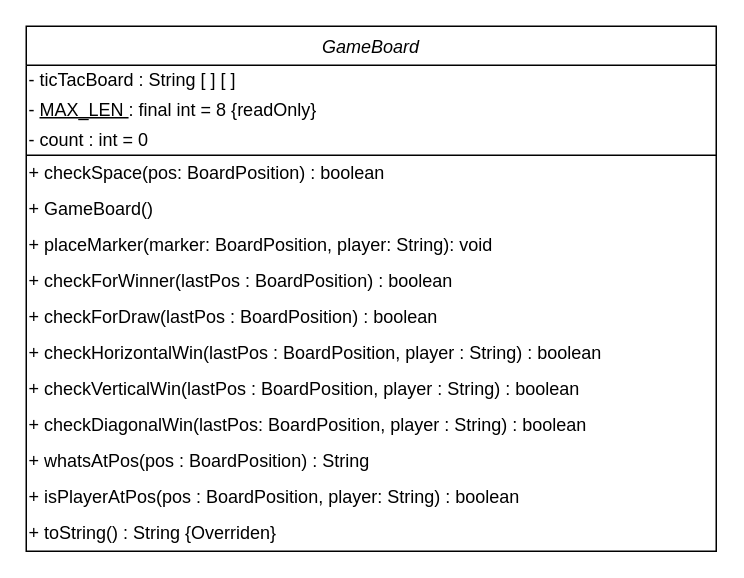
The draw.io diagram Project1/GameBoard UML Class Diagram.drawio in ozzhaas/CPSC2150, before the edit. Source tidied: cells renumbered, new cells numbered last; positions are measured from the earlier drawing's top-left corner, leaving out a move shared by most shapes. Both pictures are drawn from the tidied source at 150%, with x=0, y=0 at pixel (26, 26).
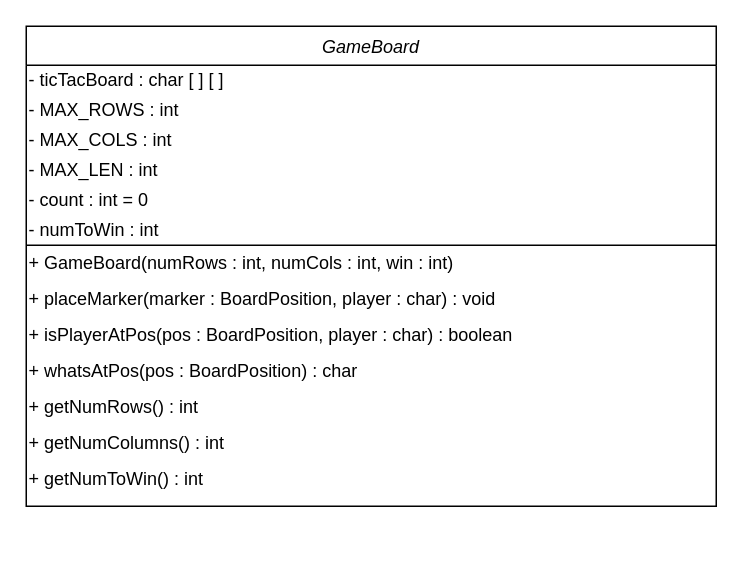
The same page after the edit.

The edit, as a diff of the source:
```diff
@@
 <mxGraphModel>
   <root>
     <mxCell id="0" />
     <mxCell id="1" parent="0" />
     <mxCell id="2" value="GameBoard" style="swimlane;fontStyle=2;align=center;verticalAlign=top;horizontal=1;startSize=26;rounded=0;shadow=0;strokeWidth=1;" parent="1" vertex="1">
-      <mxGeometry width="460" height="350" as="geometry" />
+      <mxGeometry width="460" height="320" as="geometry" />
     </mxCell>
-    <mxCell id="3" value="&lt;span&gt;- ticTacBoard : String [ ] [ ]&amp;nbsp;&lt;/span&gt;" style="text;html=1;strokeColor=none;fillColor=none;align=left;verticalAlign=middle;whiteSpace=wrap;rounded=0;" parent="2" vertex="1">
+    <mxCell id="3" value="&lt;span&gt;- ticTacBoard : char [ ] [ ]&amp;nbsp;&lt;/span&gt;" style="text;html=1;strokeColor=none;fillColor=none;align=left;verticalAlign=middle;whiteSpace=wrap;rounded=0;" parent="2" vertex="1">
       <mxGeometry y="26" width="460" height="20" as="geometry" />
     </mxCell>
+    <mxCell id="18" value="&lt;span&gt;- MAX_ROWS : int&lt;/span&gt;" style="text;html=1;strokeColor=none;fillColor=none;align=left;verticalAlign=middle;whiteSpace=wrap;rounded=0;" parent="2" vertex="1">
+      <mxGeometry y="46" width="460" height="20" as="geometry" />
+    </mxCell>
-    <mxCell id="4" value="- &lt;u&gt;MAX_LEN&amp;nbsp;&lt;/u&gt;: final int = 8 {readOnly}" style="text;html=1;strokeColor=none;fillColor=none;align=left;verticalAlign=middle;whiteSpace=wrap;rounded=0;" parent="2" vertex="1">
-      <mxGeometry y="46" width="460" height="20" as="geometry" />
+    <mxCell id="4" value="- MAX_COLS : int" style="text;html=1;strokeColor=none;fillColor=none;align=left;verticalAlign=middle;whiteSpace=wrap;rounded=0;" parent="2" vertex="1">
+      <mxGeometry y="66" width="460" height="20" as="geometry" />
     </mxCell>
+    <mxCell id="19" value="- MAX_LEN&amp;nbsp;: int" style="text;html=1;strokeColor=none;fillColor=none;align=left;verticalAlign=middle;whiteSpace=wrap;rounded=0;" parent="2" vertex="1">
+      <mxGeometry y="86" width="460" height="20" as="geometry" />
+    </mxCell>
     <mxCell id="5" value="- count : int = 0" style="text;html=1;strokeColor=none;fillColor=none;align=left;verticalAlign=middle;whiteSpace=wrap;rounded=0;" parent="2" vertex="1">
-      <mxGeometry y="66" width="460" height="20" as="geometry" />
+      <mxGeometry y="106" width="460" height="20" as="geometry" />
     </mxCell>
-    <mxCell id="6" value="+ checkSpace(pos: BoardPosition) : boolean" style="text;html=1;strokeColor=none;fillColor=none;align=left;verticalAlign=middle;whiteSpace=wrap;rounded=0;" parent="2" vertex="1">
-      <mxGeometry y="86" width="460" height="24" as="geometry" />
-    </mxCell>
+    <mxCell id="20" value="- numToWin : int" style="text;html=1;strokeColor=none;fillColor=none;align=left;verticalAlign=middle;whiteSpace=wrap;rounded=0;" parent="2" vertex="1">
+      <mxGeometry y="126" width="460" height="20" as="geometry" />
+    </mxCell>
-    <mxCell id="7" value="+ GameBoard()" style="text;html=1;strokeColor=none;fillColor=none;align=left;verticalAlign=middle;whiteSpace=wrap;rounded=0;" parent="2" vertex="1">
-      <mxGeometry y="110" width="460" height="24" as="geometry" />
+    <mxCell id="7" value="+ GameBoard(numRows : int, numCols : int, win : int)" style="text;html=1;strokeColor=none;fillColor=none;align=left;verticalAlign=middle;whiteSpace=wrap;rounded=0;" parent="2" vertex="1">
+      <mxGeometry y="146" width="460" height="24" as="geometry" />
     </mxCell>
-    <mxCell id="8" value="+ placeMarker(marker: BoardPosition, player: String): void" style="text;html=1;strokeColor=none;fillColor=none;align=left;verticalAlign=middle;whiteSpace=wrap;rounded=0;" parent="2" vertex="1">
-      <mxGeometry y="134" width="460" height="24" as="geometry" />
+    <mxCell id="8" value="+ placeMarker(marker : BoardPosition, player : char) : void" style="text;html=1;strokeColor=none;fillColor=none;align=left;verticalAlign=middle;whiteSpace=wrap;rounded=0;" parent="2" vertex="1">
+      <mxGeometry y="170" width="460" height="24" as="geometry" />
     </mxCell>
-    <mxCell id="9" value="+ checkForWinner(lastPos : BoardPosition) : boolean" style="text;html=1;strokeColor=none;fillColor=none;align=left;verticalAlign=middle;whiteSpace=wrap;rounded=0;" parent="2" vertex="1">
-      <mxGeometry y="158" width="460" height="24" as="geometry" />
-    </mxCell>
-    <mxCell id="10" value="+ checkForDraw(lastPos : BoardPosition) : boolean" style="text;html=1;strokeColor=none;fillColor=none;align=left;verticalAlign=middle;whiteSpace=wrap;rounded=0;" parent="2" vertex="1">
-      <mxGeometry y="182" width="460" height="24" as="geometry" />
-    </mxCell>
-    <mxCell id="11" value="+ checkHorizontalWin(lastPos : BoardPosition, player : String) : boolean" style="text;html=1;strokeColor=none;fillColor=none;align=left;verticalAlign=middle;whiteSpace=wrap;rounded=0;" parent="2" vertex="1">
-      <mxGeometry y="206" width="460" height="24" as="geometry" />
-    </mxCell>
-    <mxCell id="12" value="+ checkVerticalWin(lastPos : BoardPosition, player : String) : boolean&amp;nbsp;" style="text;html=1;strokeColor=none;fillColor=none;align=left;verticalAlign=middle;whiteSpace=wrap;rounded=0;" parent="2" vertex="1">
-      <mxGeometry y="230" width="460" height="24" as="geometry" />
-    </mxCell>
-    <mxCell id="13" value="+ checkDiagonalWin(lastPos: BoardPosition, player : String) : boolean&amp;nbsp;" style="text;html=1;strokeColor=none;fillColor=none;align=left;verticalAlign=middle;whiteSpace=wrap;rounded=0;" parent="2" vertex="1">
-      <mxGeometry y="254" width="460" height="24" as="geometry" />
-    </mxCell>
+    <mxCell id="15" value="+ isPlayerAtPos(pos : BoardPosition, player : char) : boolean&amp;nbsp;" style="text;html=1;strokeColor=none;fillColor=none;align=left;verticalAlign=middle;whiteSpace=wrap;rounded=0;" parent="2" vertex="1">
+      <mxGeometry y="194" width="460" height="24" as="geometry" />
+    </mxCell>
-    <mxCell id="14" value="+ whatsAtPos(pos : BoardPosition) : String" style="text;html=1;strokeColor=none;fillColor=none;align=left;verticalAlign=middle;whiteSpace=wrap;rounded=0;" parent="2" vertex="1">
-      <mxGeometry y="278" width="460" height="24" as="geometry" />
+    <mxCell id="14" value="+ whatsAtPos(pos : BoardPosition) : char" style="text;html=1;strokeColor=none;fillColor=none;align=left;verticalAlign=middle;whiteSpace=wrap;rounded=0;" parent="2" vertex="1">
+      <mxGeometry y="218" width="460" height="24" as="geometry" />
     </mxCell>
-    <mxCell id="15" value="+ isPlayerAtPos(pos : BoardPosition, player: String) : boolean&amp;nbsp;" style="text;html=1;strokeColor=none;fillColor=none;align=left;verticalAlign=middle;whiteSpace=wrap;rounded=0;" parent="2" vertex="1">
-      <mxGeometry y="302" width="460" height="24" as="geometry" />
-    </mxCell>
-    <mxCell id="16" value="+ toString() : String {Overriden}" style="text;html=1;strokeColor=none;fillColor=none;align=left;verticalAlign=middle;whiteSpace=wrap;rounded=0;" parent="2" vertex="1">
-      <mxGeometry y="326" width="460" height="24" as="geometry" />
-    </mxCell>
+    <mxCell id="21" value="+ getNumRows() : int&amp;nbsp;" style="text;html=1;strokeColor=none;fillColor=none;align=left;verticalAlign=middle;whiteSpace=wrap;rounded=0;" parent="2" vertex="1">
+      <mxGeometry y="242" width="460" height="24" as="geometry" />
+    </mxCell>
+    <mxCell id="22" value="+ getNumColumns() : int&amp;nbsp;" style="text;html=1;strokeColor=none;fillColor=none;align=left;verticalAlign=middle;whiteSpace=wrap;rounded=0;" parent="2" vertex="1">
+      <mxGeometry y="266" width="460" height="24" as="geometry" />
+    </mxCell>
+    <mxCell id="23" value="+ getNumToWin() : int&amp;nbsp;" style="text;html=1;strokeColor=none;fillColor=none;align=left;verticalAlign=middle;whiteSpace=wrap;rounded=0;" parent="2" vertex="1">
+      <mxGeometry y="290" width="460" height="24" as="geometry" />
+    </mxCell>
-    <mxCell id="17" style="endArrow=none;html=1;exitX=0;exitY=0;exitDx=0;exitDy=0;entryX=1;entryY=0;entryDx=0;entryDy=0;" parent="2" edge="1" source="6" target="6">
-      <mxGeometry relative="1" as="geometry" />
+    <mxCell id="17" style="endArrow=none;html=1;exitX=0;exitY=0;exitDx=0;exitDy=0;" parent="2" edge="1" source="7">
+      <mxGeometry relative="1" as="geometry">
+        <mxPoint x="460" y="146" as="targetPoint" />
+      </mxGeometry>
     </mxCell>
   </root>
 </mxGraphModel>
```
